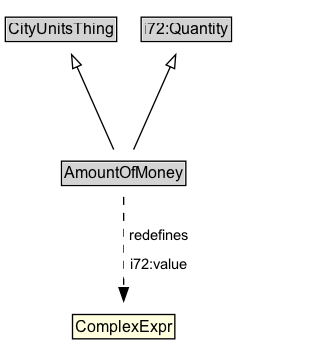
Above: docs/diagrams/AmountOfMoney.dot.png in ISO-TC204/ontology-cdm-p1-v1 (Graphviz), before the change. Its source is kept beside it as docs/diagrams/AmountOfMoney.dot. The source it was exported from:
```dot
digraph {
	graph [overlap=false rankdir=TB splines=true]
	node [fontname=Arial fontsize=12 margin=0 shape=none]
	edge [fontname=Arial fontsize=11]
	{
		rank=source
		CityUnitsThing [label=<<TABLE BORDER="1" CELLBORDER="0" CELLSPACING="0" CELLPADDING="1"><TR><TD BGCOLOR="lightgray" ALIGN="CENTER">CityUnitsThing</TD></TR></TABLE>> URL="../CityUnitsThing" margin=0]
		i72_Quantity [label=<<TABLE BORDER="1" CELLBORDER="0" CELLSPACING="0" CELLPADDING="1"><TR><TD BGCOLOR="lightgray" ALIGN="CENTER">i72:Quantity</TD></TR></TABLE>> URL="https://w3id.org/citydata/21972/v1/Quantity" margin=0]
	}
	AmountOfMoney [label=<<TABLE BORDER="1" CELLBORDER="0" CELLSPACING="0" CELLPADDING="1"><TR><TD BGCOLOR="lightgray" ALIGN="CENTER">AmountOfMoney</TD></TR></TABLE>> URL="../AmountOfMoney" margin=0]
	{
		rank=max
	}
	subgraph cluster_associated {
		label="" style=invis
		Invis [label=<<TABLE BORDER="0" CELLBORDER="0" CELLSPACING="0" CELLPADDING="1"><TR><TD></TD></TR></TABLE>> margin=0 style=invis]
	}
	AmountOfMoney -> CityUnitsThing [arrowhead=onormal style=solid]
	AmountOfMoney -> i72_Quantity [arrowhead=onormal style=solid]
	na010c749982e452794368b522251db07b4 [label=<<TABLE BORDER="1" CELLBORDER="0" CELLSPACING="0" CELLPADDING="1" BGCOLOR="lightyellow"><TR><TD ALIGN="CENTER">ComplexExpr</TD></TR></TABLE>> margin=0]
	AmountOfMoney -> na010c749982e452794368b522251db07b4 [label=<<TABLE BORDER="0" CELLBORDER="0" CELLSPACING="0" CELLPADDING="4" BGCOLOR="white"><TR><TD ALIGN="CENTER">redefines</TD></TR><TR><TD ALIGN="CENTER">i72:value</TD></TR></TABLE>> arrowhead=normal style=dashed]
}
```
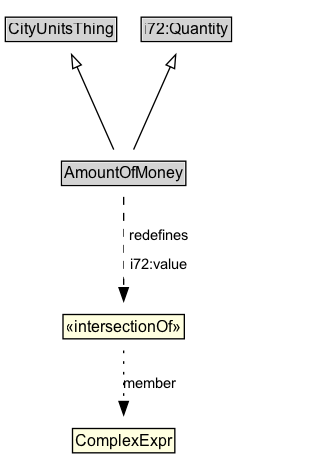
The same diagram one commit later.

The edit, as a diff of the source:
```diff
@@ -17,6 +17,8 @@
 	}
 	AmountOfMoney -> CityUnitsThing [arrowhead=onormal style=solid]
 	AmountOfMoney -> i72_Quantity [arrowhead=onormal style=solid]
-	na010c749982e452794368b522251db07b4 [label=<<TABLE BORDER="1" CELLBORDER="0" CELLSPACING="0" CELLPADDING="1" BGCOLOR="lightyellow"><TR><TD ALIGN="CENTER">ComplexExpr</TD></TR></TABLE>> margin=0]
-	AmountOfMoney -> na010c749982e452794368b522251db07b4 [label=<<TABLE BORDER="0" CELLBORDER="0" CELLSPACING="0" CELLPADDING="4" BGCOLOR="white"><TR><TD ALIGN="CENTER">redefines</TD></TR><TR><TD ALIGN="CENTER">i72:value</TD></TR></TABLE>> arrowhead=normal style=dashed]
+	n644d2ea6622c412bb8909c6637c88453b6 [label=<<TABLE BORDER="1" CELLBORDER="0" CELLSPACING="0" CELLPADDING="1" BGCOLOR="lightyellow"><TR><TD ALIGN="CENTER">«intersectionOf»</TD></TR></TABLE>> margin=0]
+	n644d2ea6622c412bb8909c6637c88453b7 [label=<<TABLE BORDER="1" CELLBORDER="0" CELLSPACING="0" CELLPADDING="1" BGCOLOR="lightyellow"><TR><TD ALIGN="CENTER">ComplexExpr</TD></TR></TABLE>> margin=0]
+	n644d2ea6622c412bb8909c6637c88453b6 -> n644d2ea6622c412bb8909c6637c88453b7 [label=member arrowhead=normal style=dotted]
+	AmountOfMoney -> n644d2ea6622c412bb8909c6637c88453b6 [label=<<TABLE BORDER="0" CELLBORDER="0" CELLSPACING="0" CELLPADDING="4" BGCOLOR="white"><TR><TD ALIGN="CENTER">redefines</TD></TR><TR><TD ALIGN="CENTER">i72:value</TD></TR></TABLE>> arrowhead=normal style=dashed]
 }
```
